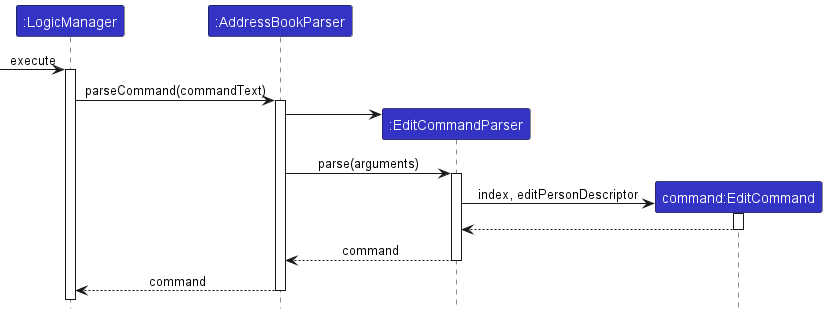
Before: docs/images/tracing/LogicSequenceDiagram.png, a diagram exported from PlantUML (c-wenlong/tp).
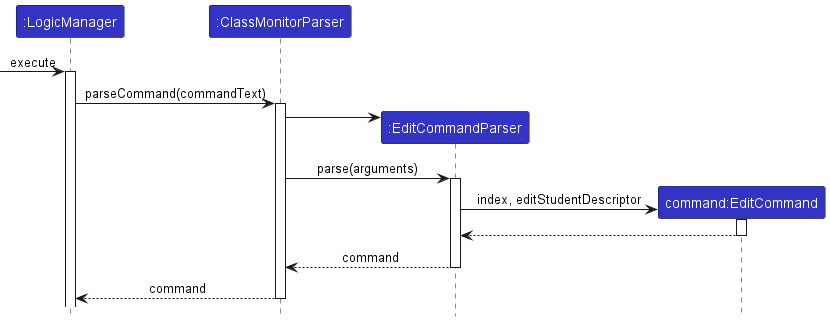
After the change.

Change to the diagram source:
```diff
@@ -3,7 +3,7 @@
 skinparam ArrowFontStyle plain
 
 Participant ":LogicManager" as logic LOGIC_COLOR
-Participant ":AddressBookParser" as abp LOGIC_COLOR
+Participant ":ClassMonitorParser" as abp LOGIC_COLOR
 Participant ":EditCommandParser" as ecp LOGIC_COLOR
 Participant "command:EditCommand" as ec LOGIC_COLOR
 
@@ -14,7 +14,7 @@
 abp -> ecp
 abp -> ecp ++: parse(arguments)
 create ec
-ecp -> ec ++: index, editPersonDescriptor
+ecp -> ec ++: index, editStudentDescriptor
 ec --> ecp --
 ecp --> abp --: command
 abp --> logic --: command
```
